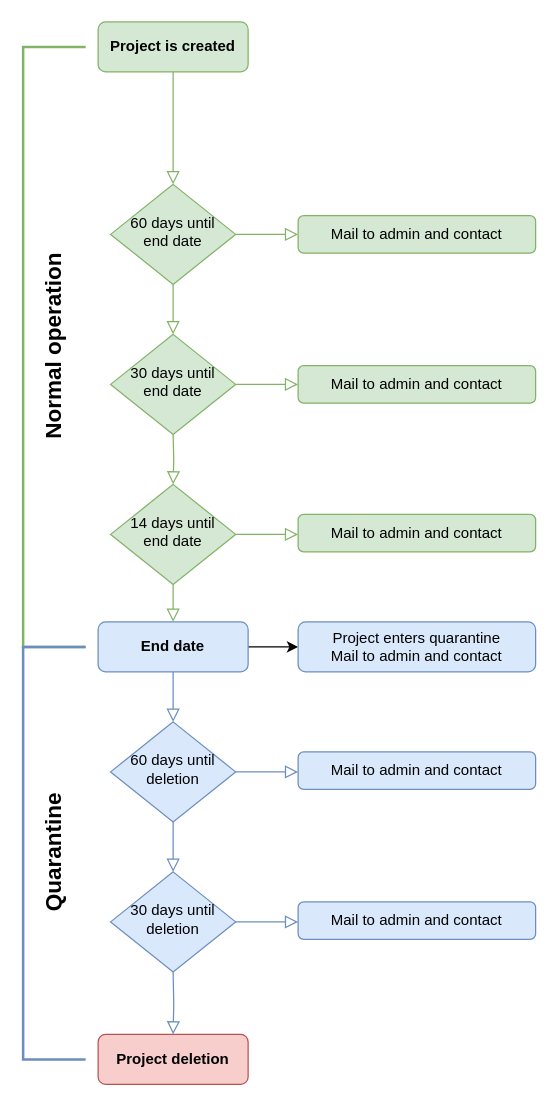
Above: docs/images/project-lifecycle.drawio in norcams/docs-enduser (draw.io), before the change. Source tidied: cells renumbered, new cells numbered last; positions are measured from the earlier drawing's top-left corner, leaving out a move shared by most shapes. Both pictures are drawn from the tidied source at 125%, with x=0, y=0 at pixel (22, 21).
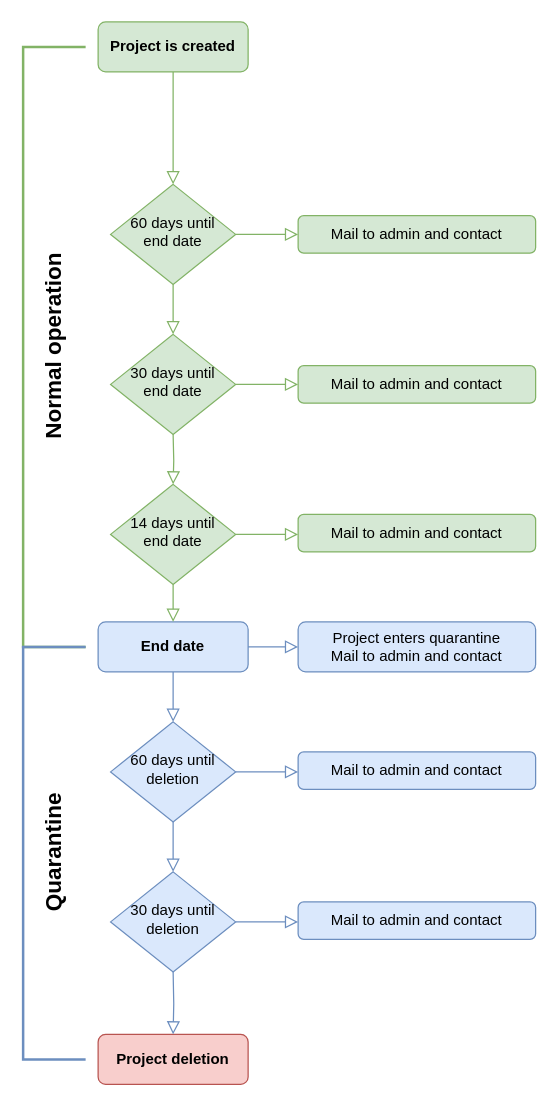
After the change.

The change refers to these unchanged cells:
```xml
<mxCell id="17" value="End date" style="rounded=1;whiteSpace=wrap;html=1;fontSize=12;glass=0;strokeWidth=1;shadow=0;fillColor=#dae8fc;strokeColor=#6c8ebf;fontStyle=1;" parent="1" vertex="1">
  <mxGeometry x="60" y="480" width="120" height="40" as="geometry" />
</mxCell>
<mxCell id="24" value="&lt;span&gt;Project enters quarantine&lt;/span&gt;&lt;br&gt;&lt;span&gt;Mail to admin and contact&lt;/span&gt;" style="rounded=1;whiteSpace=wrap;html=1;fontSize=12;glass=0;strokeWidth=1;shadow=0;fillColor=#dae8fc;strokeColor=#6c8ebf;align=center;" parent="1" vertex="1">
  <mxGeometry x="220" y="480" width="190" height="40" as="geometry" />
</mxCell>
```

Change to the diagram source:
```diff
@@
-    <mxCell id="16" style="edgeStyle=orthogonalEdgeStyle;rounded=0;jettySize=auto;html=1;fontSize=18;strokeColor=default;" parent="1" edge="1" source="17" target="24">
-      <mxGeometry relative="1" as="geometry" />
-    </mxCell>
@@
+    <mxCell id="31" style="rounded=0;html=1;jettySize=auto;fontSize=11;endArrow=block;endFill=0;endSize=8;strokeWidth=1;shadow=0;labelBackgroundColor=none;edgeStyle=orthogonalEdgeStyle;exitX=1;exitY=0.5;exitDx=0;exitDy=0;fillColor=#dae8fc;strokeColor=#6c8ebf;" parent="1" edge="1" source="17">
+      <mxGeometry relative="1" as="geometry">
+        <mxPoint x="220" y="500" as="targetPoint" />
+      </mxGeometry>
+    </mxCell>
```
